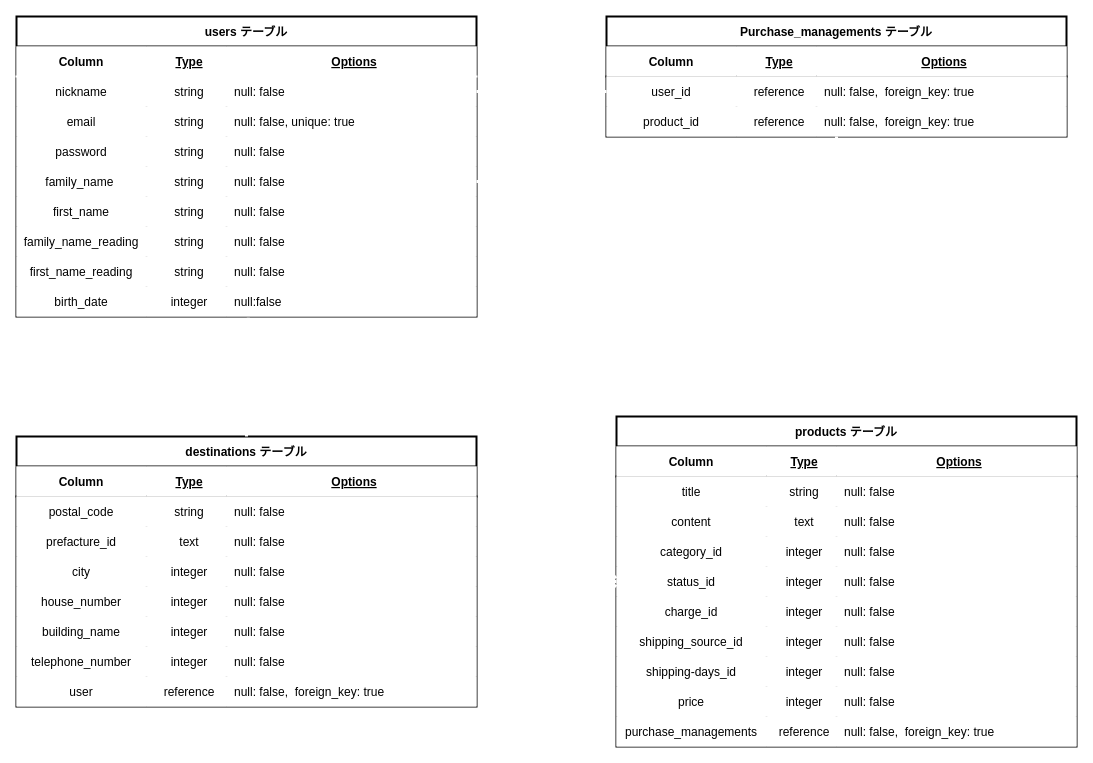
The draw.io diagram furima-38177.dio in NaoyukiG/furima-38177, before the edit. Source tidied: cells renumbered, new cells numbered last; positions are measured from the earlier drawing's top-left corner, leaving out a move shared by most shapes. Both pictures are drawn from the tidied source at 100%, with x=0, y=0 at pixel (16, 16).
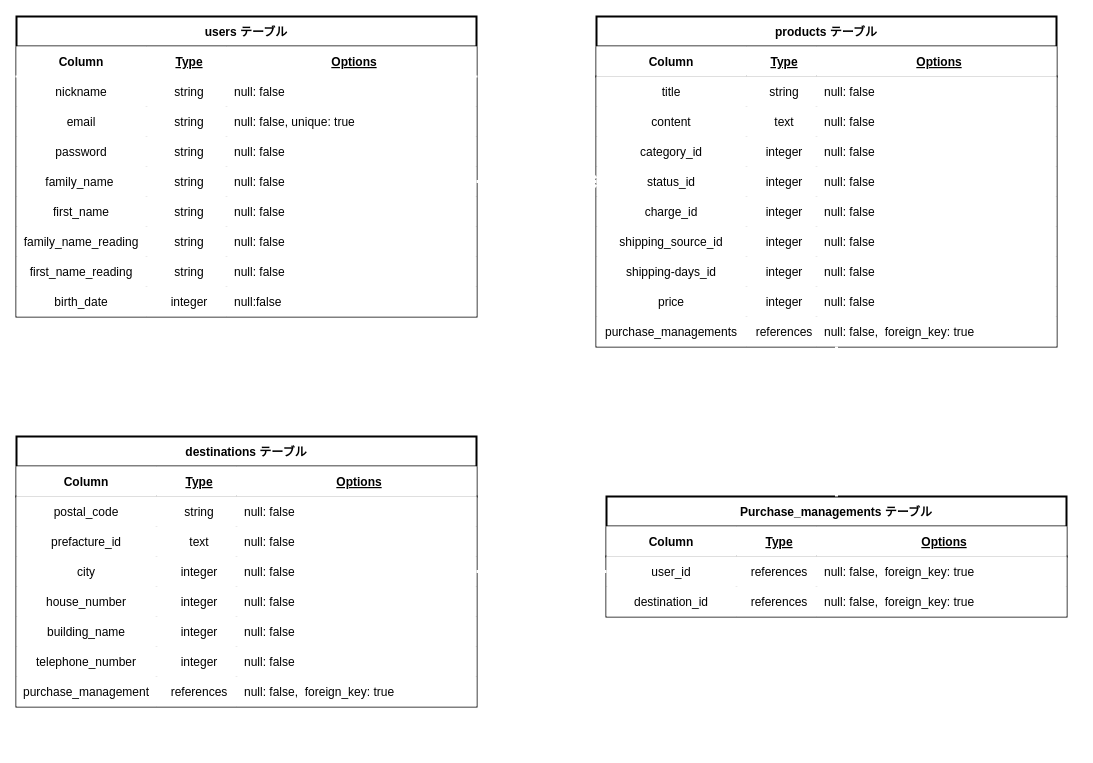
The same diagram, later.

Commit message (it also covers changes not shown here):
購入情報テーブルのリファレンス・ER図修正

The change refers to these unchanged cells:
```xml
<mxCell id="7" style="shape=partialRectangle;top=0;left=0;bottom=0;right=0;points=[[0,0.5],[1,0.5]];portConstraint=eastwest;strokeWidth=2;" parent="2" vertex="1">
  <mxGeometry y="60" width="460" height="30" as="geometry" />
</mxCell>
<mxCell id="35" style="shape=partialRectangle;top=0;left=0;bottom=0;right=0;points=[[0,0.5],[1,0.5]];portConstraint=eastwest;strokeWidth=2;" parent="2" vertex="1">
  <mxGeometry y="270" width="460" height="30" as="geometry" />
</mxCell>
<mxCell id="76" style="shape=partialRectangle;top=0;left=0;bottom=0;right=0;strokeWidth=2;" parent="39" vertex="1">
  <mxGeometry y="300" width="460" height="30" as="geometry" />
</mxCell>
<mxCell id="80" value="destinations テーブル" style="shape=table;startSize=30;childLayout=tableLayout;rowLines=0;fontStyle=1;align=center;strokeWidth=2;" parent="1" vertex="1">
  <mxGeometry y="420" width="460" height="270" as="geometry" />
</mxCell>
<mxCell id="81" style="shape=partialRectangle;top=0;left=0;bottom=1;right=0;strokeWidth=2;" parent="80" vertex="1">
  <mxGeometry y="30" width="460" height="30" as="geometry" />
</mxCell>
<mxCell id="85" style="shape=partialRectangle;top=0;left=0;bottom=0;right=0;strokeWidth=2;" parent="80" vertex="1">
  <mxGeometry y="60" width="460" height="30" as="geometry" />
</mxCell>
<mxCell id="89" style="shape=partialRectangle;top=0;left=0;bottom=0;right=0;strokeWidth=2;" parent="80" vertex="1">
  <mxGeometry y="90" width="460" height="30" as="geometry" />
</mxCell>
<mxCell id="93" style="shape=partialRectangle;top=0;left=0;bottom=0;right=0;strokeWidth=2;" parent="80" vertex="1">
  <mxGeometry y="120" width="460" height="30" as="geometry" />
</mxCell>
<mxCell id="97" style="shape=partialRectangle;top=0;left=0;bottom=0;right=0;strokeWidth=2;" parent="80" vertex="1">
  <mxGeometry y="150" width="460" height="30" as="geometry" />
</mxCell>
<mxCell id="101" style="shape=partialRectangle;top=0;left=0;bottom=0;right=0;strokeWidth=2;" parent="80" vertex="1">
  <mxGeometry y="180" width="460" height="30" as="geometry" />
</mxCell>
<mxCell id="105" style="shape=partialRectangle;top=0;left=0;bottom=0;right=0;strokeWidth=2;" parent="80" vertex="1">
  <mxGeometry y="210" width="460" height="30" as="geometry" />
</mxCell>
<mxCell id="109" style="shape=partialRectangle;top=0;left=0;bottom=0;right=0;strokeWidth=2;" parent="80" vertex="1">
  <mxGeometry y="240" width="460" height="30" as="geometry" />
</mxCell>
<mxCell id="120" style="shape=partialRectangle;top=0;left=0;bottom=0;right=0;points=[[0,0.5],[1,0.5]];portConstraint=eastwest;strokeWidth=2;" parent="115" vertex="1">
  <mxGeometry y="60" width="460" height="30" as="geometry" />
</mxCell>
<mxCell id="124" style="shape=partialRectangle;top=0;left=0;bottom=0;right=0;strokeWidth=2;" parent="115" vertex="1">
  <mxGeometry y="90" width="460" height="30" as="geometry" />
</mxCell>
```

Change to the diagram source:
```diff
@@
     <mxCell id="39" value="products テーブル" style="shape=table;startSize=30;childLayout=tableLayout;rowLines=0;fontStyle=1;align=center;strokeWidth=2;" parent="1" vertex="1">
-      <mxGeometry x="600" y="400" width="460" height="330" as="geometry" />
+      <mxGeometry x="580" width="460" height="330" as="geometry" />
     </mxCell>
@@
-    <mxCell id="78" value="reference" style="shape=partialRectangle;top=0;left=0;bottom=0;right=0;align=center;spacingLeft=6;overflow=hidden;strokeWidth=2;" parent="76" vertex="1">
+    <mxCell id="78" value="references" style="shape=partialRectangle;top=0;left=0;bottom=0;right=0;align=center;spacingLeft=6;overflow=hidden;strokeWidth=2;" parent="76" vertex="1">
       <mxGeometry x="150" width="70" height="30" as="geometry" />
     </mxCell>
@@
     <mxCell id="82" value="Column" style="shape=partialRectangle;top=0;left=0;bottom=0;right=0;fontStyle=1;overflow=hidden;strokeWidth=2;" parent="81" vertex="1">
-      <mxGeometry width="130" height="30" as="geometry" />
+      <mxGeometry width="140" height="30" as="geometry" />
     </mxCell>
     <mxCell id="83" value="Type" style="shape=partialRectangle;top=0;left=0;bottom=0;right=0;align=center;spacingLeft=6;fontStyle=5;overflow=hidden;shadow=0;strokeWidth=2;" parent="81" vertex="1">
-      <mxGeometry x="130" width="80" height="30" as="geometry" />
+      <mxGeometry x="140" width="80" height="30" as="geometry" />
     </mxCell>
     <mxCell id="84" value="Options" style="shape=partialRectangle;top=0;left=0;bottom=0;right=0;align=center;spacingLeft=6;fontStyle=5;overflow=hidden;strokeWidth=2;" parent="81" vertex="1">
-      <mxGeometry x="210" width="250" height="30" as="geometry" />
+      <mxGeometry x="220" width="240" height="30" as="geometry" />
     </mxCell>
@@
     <mxCell id="86" value="postal_code" style="shape=partialRectangle;top=0;left=0;bottom=0;right=0;overflow=hidden;strokeWidth=2;" parent="85" vertex="1">
-      <mxGeometry width="130" height="30" as="geometry" />
+      <mxGeometry width="140" height="30" as="geometry" />
     </mxCell>
     <mxCell id="87" value="string" style="shape=partialRectangle;top=0;left=0;bottom=0;right=0;align=center;spacingLeft=6;overflow=hidden;strokeWidth=2;" parent="85" vertex="1">
-      <mxGeometry x="130" width="80" height="30" as="geometry" />
+      <mxGeometry x="140" width="80" height="30" as="geometry" />
     </mxCell>
     <mxCell id="88" value="null: false" style="shape=partialRectangle;top=0;left=0;bottom=0;right=0;align=left;spacingLeft=6;overflow=hidden;strokeWidth=2;" parent="85" vertex="1">
-      <mxGeometry x="210" width="250" height="30" as="geometry" />
+      <mxGeometry x="220" width="240" height="30" as="geometry" />
     </mxCell>
@@
     <mxCell id="90" value="prefacture_id" style="shape=partialRectangle;top=0;left=0;bottom=0;right=0;overflow=hidden;strokeWidth=2;" parent="89" vertex="1">
-      <mxGeometry width="130" height="30" as="geometry" />
+      <mxGeometry width="140" height="30" as="geometry" />
     </mxCell>
     <mxCell id="91" value="text" style="shape=partialRectangle;top=0;left=0;bottom=0;right=0;align=center;spacingLeft=6;overflow=hidden;strokeWidth=2;" parent="89" vertex="1">
-      <mxGeometry x="130" width="80" height="30" as="geometry" />
+      <mxGeometry x="140" width="80" height="30" as="geometry" />
     </mxCell>
     <mxCell id="92" value="null: false" style="shape=partialRectangle;top=0;left=0;bottom=0;right=0;align=left;spacingLeft=6;overflow=hidden;strokeWidth=2;" parent="89" vertex="1">
-      <mxGeometry x="210" width="250" height="30" as="geometry" />
+      <mxGeometry x="220" width="240" height="30" as="geometry" />
     </mxCell>
@@
     <mxCell id="94" value="city" style="shape=partialRectangle;top=0;left=0;bottom=0;right=0;overflow=hidden;strokeWidth=2;" parent="93" vertex="1">
-      <mxGeometry width="130" height="30" as="geometry" />
+      <mxGeometry width="140" height="30" as="geometry" />
     </mxCell>
     <mxCell id="95" value="integer" style="shape=partialRectangle;top=0;left=0;bottom=0;right=0;align=center;spacingLeft=6;overflow=hidden;strokeWidth=2;" parent="93" vertex="1">
-      <mxGeometry x="130" width="80" height="30" as="geometry" />
+      <mxGeometry x="140" width="80" height="30" as="geometry" />
     </mxCell>
     <mxCell id="96" value="null: false" style="shape=partialRectangle;top=0;left=0;bottom=0;right=0;align=left;spacingLeft=6;overflow=hidden;strokeWidth=2;" parent="93" vertex="1">
-      <mxGeometry x="210" width="250" height="30" as="geometry" />
+      <mxGeometry x="220" width="240" height="30" as="geometry" />
     </mxCell>
@@
     <mxCell id="98" value="house_number" style="shape=partialRectangle;top=0;left=0;bottom=0;right=0;overflow=hidden;strokeWidth=2;" parent="97" vertex="1">
-      <mxGeometry width="130" height="30" as="geometry" />
+      <mxGeometry width="140" height="30" as="geometry" />
     </mxCell>
     <mxCell id="99" value="integer" style="shape=partialRectangle;top=0;left=0;bottom=0;right=0;align=center;spacingLeft=6;overflow=hidden;strokeWidth=2;" parent="97" vertex="1">
-      <mxGeometry x="130" width="80" height="30" as="geometry" />
+      <mxGeometry x="140" width="80" height="30" as="geometry" />
     </mxCell>
     <mxCell id="100" value="null: false" style="shape=partialRectangle;top=0;left=0;bottom=0;right=0;align=left;spacingLeft=6;overflow=hidden;strokeWidth=2;" parent="97" vertex="1">
-      <mxGeometry x="210" width="250" height="30" as="geometry" />
+      <mxGeometry x="220" width="240" height="30" as="geometry" />
     </mxCell>
@@
     <mxCell id="102" value="building_name" style="shape=partialRectangle;top=0;left=0;bottom=0;right=0;overflow=hidden;strokeWidth=2;" parent="101" vertex="1">
-      <mxGeometry width="130" height="30" as="geometry" />
+      <mxGeometry width="140" height="30" as="geometry" />
     </mxCell>
     <mxCell id="103" value="integer" style="shape=partialRectangle;top=0;left=0;bottom=0;right=0;align=center;spacingLeft=6;overflow=hidden;strokeWidth=2;" parent="101" vertex="1">
-      <mxGeometry x="130" width="80" height="30" as="geometry" />
+      <mxGeometry x="140" width="80" height="30" as="geometry" />
     </mxCell>
     <mxCell id="104" value="null: false" style="shape=partialRectangle;top=0;left=0;bottom=0;right=0;align=left;spacingLeft=6;overflow=hidden;strokeWidth=2;" parent="101" vertex="1">
-      <mxGeometry x="210" width="250" height="30" as="geometry" />
+      <mxGeometry x="220" width="240" height="30" as="geometry" />
     </mxCell>
@@
     <mxCell id="106" value="telephone_number" style="shape=partialRectangle;top=0;left=0;bottom=0;right=0;overflow=hidden;strokeWidth=2;" parent="105" vertex="1">
-      <mxGeometry width="130" height="30" as="geometry" />
+      <mxGeometry width="140" height="30" as="geometry" />
     </mxCell>
     <mxCell id="107" value="integer" style="shape=partialRectangle;top=0;left=0;bottom=0;right=0;align=center;spacingLeft=6;overflow=hidden;strokeWidth=2;" parent="105" vertex="1">
-      <mxGeometry x="130" width="80" height="30" as="geometry" />
+      <mxGeometry x="140" width="80" height="30" as="geometry" />
     </mxCell>
     <mxCell id="108" value="null: false" style="shape=partialRectangle;top=0;left=0;bottom=0;right=0;align=left;spacingLeft=6;overflow=hidden;strokeWidth=2;" parent="105" vertex="1">
-      <mxGeometry x="210" width="250" height="30" as="geometry" />
+      <mxGeometry x="220" width="240" height="30" as="geometry" />
     </mxCell>
@@
-    <mxCell id="110" value="user" style="shape=partialRectangle;top=0;left=0;bottom=0;right=0;overflow=hidden;strokeWidth=2;" parent="109" vertex="1">
-      <mxGeometry width="130" height="30" as="geometry" />
+    <mxCell id="110" value="purchase_management" style="shape=partialRectangle;top=0;left=0;bottom=0;right=0;overflow=hidden;strokeWidth=2;" parent="109" vertex="1">
+      <mxGeometry width="140" height="30" as="geometry" />
     </mxCell>
-    <mxCell id="111" value="reference" style="shape=partialRectangle;top=0;left=0;bottom=0;right=0;align=center;spacingLeft=6;overflow=hidden;strokeWidth=2;" parent="109" vertex="1">
-      <mxGeometry x="130" width="80" height="30" as="geometry" />
+    <mxCell id="111" value="references" style="shape=partialRectangle;top=0;left=0;bottom=0;right=0;align=center;spacingLeft=6;overflow=hidden;strokeWidth=2;" parent="109" vertex="1">
+      <mxGeometry x="140" width="80" height="30" as="geometry" />
     </mxCell>
     <mxCell id="112" value="null: false,  foreign_key: true" style="shape=partialRectangle;top=0;left=0;bottom=0;right=0;align=left;spacingLeft=6;overflow=hidden;strokeWidth=2;" parent="109" vertex="1">
-      <mxGeometry x="210" width="250" height="30" as="geometry" />
+      <mxGeometry x="220" width="240" height="30" as="geometry" />
     </mxCell>
@@
-    <mxCell id="114" style="fontSize=12;html=1;endArrow=ERone;startArrow=ERone;strokeWidth=3;exitX=0.5;exitY=0;exitDx=0;exitDy=0;startFill=0;endFill=0;entryX=0.504;entryY=1.041;entryDx=0;entryDy=0;entryPerimeter=0;strokeColor=#FFFFFF;" parent="1" edge="1" source="80" target="35">
-      <mxGeometry relative="1" as="geometry" />
-    </mxCell>
     <mxCell id="115" value="Purchase_managements テーブル" style="shape=table;startSize=30;childLayout=tableLayout;rowLines=0;fontStyle=1;align=center;strokeWidth=2;" parent="1" vertex="1">
-      <mxGeometry x="590" width="460" height="120" as="geometry" />
+      <mxGeometry x="590" y="480" width="460" height="120" as="geometry" />
     </mxCell>
@@
-    <mxCell id="122" value="reference" style="shape=partialRectangle;top=0;left=0;bottom=0;right=0;align=center;spacingLeft=6;overflow=hidden;strokeWidth=2;" parent="120" vertex="1">
+    <mxCell id="122" value="references" style="shape=partialRectangle;top=0;left=0;bottom=0;right=0;align=center;spacingLeft=6;overflow=hidden;strokeWidth=2;" parent="120" vertex="1">
       <mxGeometry x="130" width="80" height="30" as="geometry" />
     </mxCell>
@@
-    <mxCell id="125" value="product_id" style="shape=partialRectangle;top=0;left=0;bottom=0;right=0;overflow=hidden;strokeWidth=2;" parent="124" vertex="1">
+    <mxCell id="125" value="destination_id" style="shape=partialRectangle;top=0;left=0;bottom=0;right=0;overflow=hidden;strokeWidth=2;" parent="124" vertex="1">
       <mxGeometry width="130" height="30" as="geometry" />
     </mxCell>
-    <mxCell id="126" value="reference" style="shape=partialRectangle;top=0;left=0;bottom=0;right=0;align=center;spacingLeft=6;overflow=hidden;strokeWidth=2;" parent="124" vertex="1">
+    <mxCell id="126" value="references" style="shape=partialRectangle;top=0;left=0;bottom=0;right=0;align=center;spacingLeft=6;overflow=hidden;strokeWidth=2;" parent="124" vertex="1">
       <mxGeometry x="130" width="80" height="30" as="geometry" />
     </mxCell>
@@
-    <mxCell id="128" style="edgeStyle=entityRelationEdgeStyle;fontSize=12;html=1;endArrow=ERone;endFill=1;strokeWidth=3;entryX=0;entryY=0.5;entryDx=0;entryDy=0;exitX=1;exitY=0.5;exitDx=0;exitDy=0;startArrow=ERone;startFill=0;strokeColor=#FFFFFF;" parent="1" edge="1" source="7" target="120">
+    <mxCell id="128" style="edgeStyle=entityRelationEdgeStyle;fontSize=12;html=1;endArrow=ERone;endFill=1;strokeWidth=3;entryX=0;entryY=0.5;entryDx=0;entryDy=0;exitX=1;exitY=0.5;exitDx=0;exitDy=0;startArrow=ERone;startFill=0;strokeColor=#FFFFFF;" parent="1" edge="1" source="80" target="120">
       <mxGeometry relative="1" as="geometry" />
     </mxCell>
-    <mxCell id="129" style="fontSize=12;html=1;endArrow=ERone;endFill=1;strokeWidth=3;entryX=0.5;entryY=1;entryDx=0;entryDy=0;exitX=0.48;exitY=-0.006;exitDx=0;exitDy=0;startArrow=ERone;startFill=0;strokeColor=#FFFFFF;exitPerimeter=0;" parent="1" edge="1" source="39" target="115">
-      <mxGeometry relative="1" as="geometry" />
+    <mxCell id="129" style="fontSize=12;html=1;endArrow=ERone;endFill=1;strokeWidth=3;startArrow=ERone;startFill=0;strokeColor=#FFFFFF;" parent="1" edge="1">
+      <mxGeometry relative="1" as="geometry">
+        <mxPoint x="820" y="330" as="sourcePoint" />
+        <mxPoint x="820" y="480" as="targetPoint" />
+      </mxGeometry>
     </mxCell>
```
